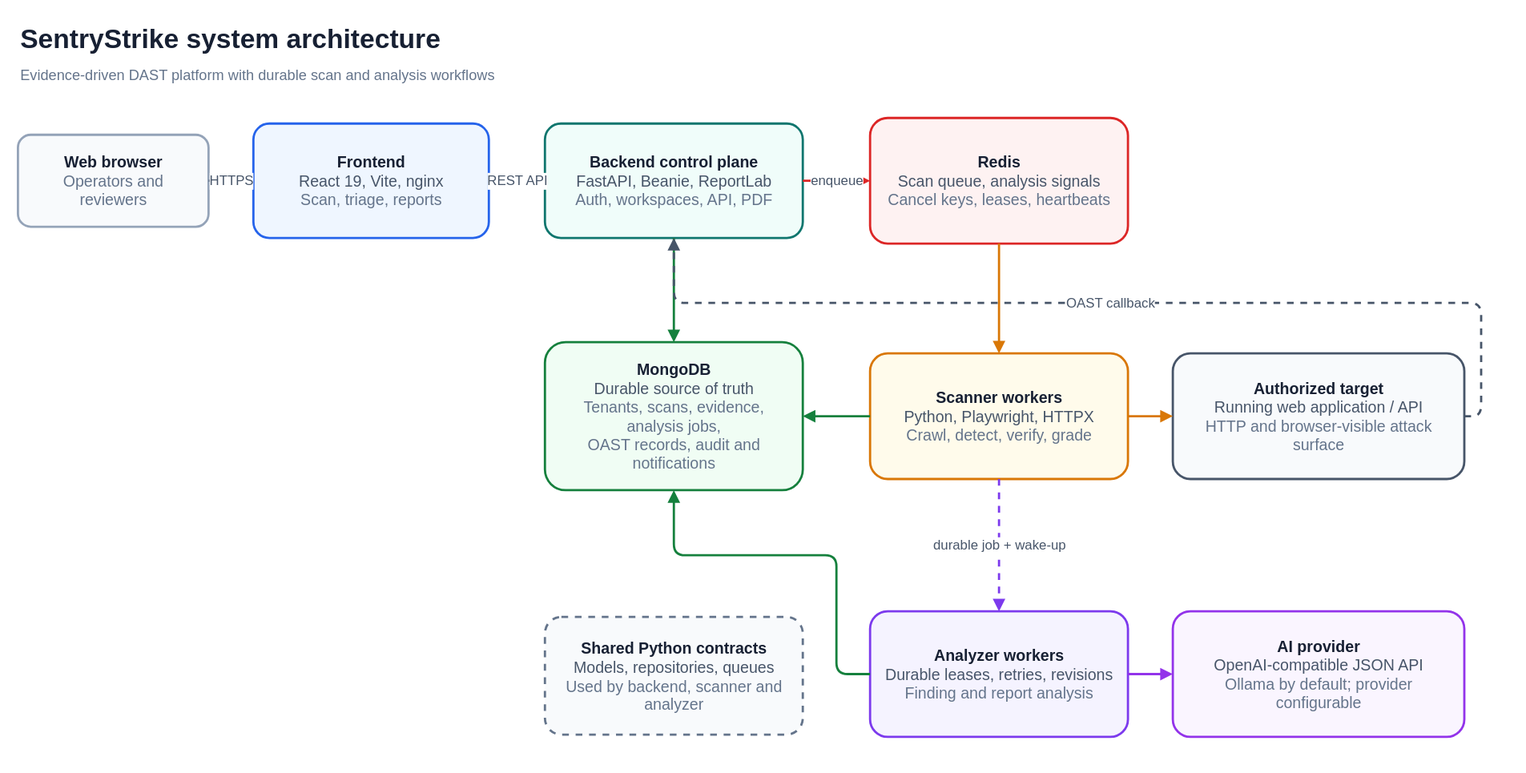
The draw.io diagram sentrystrike-architecture.svg in n3erajan/SentryStrike, before a commit. Source tidied: cells renumbered, new cells last; positions are measured from the earlier drawing's top-left corner, leaving out a move shared by most shapes. The source it was exported from:
```xml
<mxGraphModel>
  <root>
    <mxCell id="0" />
    <mxCell id="1" parent="0" />
    <mxCell id="2" value="SentryStrike system architecture" style="text;html=1;strokeColor=none;fillColor=none;align=left;verticalAlign=middle;fontSize=24;fontStyle=1;fontColor=#172033;" parent="1" vertex="1">
      <mxGeometry width="420" height="40" as="geometry" />
    </mxCell>
    <mxCell id="3" value="Evidence-driven DAST platform with durable scan and analysis workflows" style="text;html=1;strokeColor=none;fillColor=none;align=left;verticalAlign=middle;fontSize=13;fontColor=#64748B;" parent="1" vertex="1">
      <mxGeometry y="38" width="520" height="25" as="geometry" />
    </mxCell>
    <mxCell id="4" value="&lt;b&gt;Web browser&lt;/b&gt;&lt;br&gt;&lt;font color=&quot;#64748B&quot;&gt;Operators and reviewers&lt;/font&gt;" style="rounded=1;whiteSpace=wrap;html=1;arcSize=14;strokeWidth=2;strokeColor=#94A3B8;fillColor=#F8FAFC;fontColor=#172033;fontSize=14;spacing=10;" parent="1" vertex="1">
      <mxGeometry y="105" width="170" height="82" as="geometry" />
    </mxCell>
    <mxCell id="5" value="&lt;b&gt;Frontend&lt;/b&gt;&lt;br&gt;&lt;font color=&quot;#475569&quot;&gt;React 19, Vite, nginx&lt;/font&gt;&lt;br&gt;&lt;font color=&quot;#64748B&quot;&gt;Scan, triage, reports&lt;/font&gt;" style="rounded=1;whiteSpace=wrap;html=1;arcSize=14;strokeWidth=2;strokeColor=#2563EB;fillColor=#EFF6FF;fontColor=#172033;fontSize=14;spacing=10;" parent="1" vertex="1">
      <mxGeometry x="210" y="95" width="210" height="102" as="geometry" />
    </mxCell>
    <mxCell id="6" value="&lt;b&gt;Backend control plane&lt;/b&gt;&lt;br&gt;&lt;font color=&quot;#475569&quot;&gt;FastAPI, Beanie, ReportLab&lt;/font&gt;&lt;br&gt;&lt;font color=&quot;#64748B&quot;&gt;Auth, workspaces, API, PDF&lt;/font&gt;" style="rounded=1;whiteSpace=wrap;html=1;arcSize=14;strokeWidth=2;strokeColor=#0F766E;fillColor=#F0FDFA;fontColor=#172033;fontSize=14;spacing=10;" parent="1" vertex="1">
      <mxGeometry x="470" y="95" width="230" height="102" as="geometry" />
    </mxCell>
    <mxCell id="7" value="&lt;b&gt;Redis&lt;/b&gt;&lt;br&gt;&lt;font color=&quot;#475569&quot;&gt;Scan queue, analysis signals&lt;/font&gt;&lt;br&gt;&lt;font color=&quot;#64748B&quot;&gt;Cancel keys, leases, heartbeats&lt;/font&gt;" style="rounded=1;whiteSpace=wrap;html=1;arcSize=14;strokeWidth=2;strokeColor=#DC2626;fillColor=#FEF2F2;fontColor=#172033;fontSize=14;spacing=10;" parent="1" vertex="1">
      <mxGeometry x="760" y="90" width="230" height="112" as="geometry" />
    </mxCell>
    <mxCell id="8" value="&lt;b&gt;MongoDB&lt;/b&gt;&lt;br&gt;&lt;font color=&quot;#475569&quot;&gt;Durable source of truth&lt;/font&gt;&lt;br&gt;&lt;font color=&quot;#64748B&quot;&gt;Tenants, scans, evidence, analysis jobs,&lt;br&gt;OAST records, audit and notifications&lt;/font&gt;" style="rounded=1;whiteSpace=wrap;html=1;arcSize=14;strokeWidth=2;strokeColor=#15803D;fillColor=#F0FDF4;fontColor=#172033;fontSize=14;spacing=10;" parent="1" vertex="1">
      <mxGeometry x="470" y="290" width="230" height="132" as="geometry" />
    </mxCell>
    <mxCell id="9" value="&lt;b&gt;Scanner workers&lt;/b&gt;&lt;br&gt;&lt;font color=&quot;#475569&quot;&gt;Python, Playwright, HTTPX&lt;/font&gt;&lt;br&gt;&lt;font color=&quot;#64748B&quot;&gt;Crawl, detect, verify, grade&lt;/font&gt;" style="rounded=1;whiteSpace=wrap;html=1;arcSize=14;strokeWidth=2;strokeColor=#D97706;fillColor=#FFFBEB;fontColor=#172033;fontSize=14;spacing=10;" parent="1" vertex="1">
      <mxGeometry x="760" y="300" width="230" height="112" as="geometry" />
    </mxCell>
    <mxCell id="10" value="&lt;b&gt;Authorized target&lt;/b&gt;&lt;br&gt;&lt;font color=&quot;#475569&quot;&gt;Running web application / API&lt;/font&gt;&lt;br&gt;&lt;font color=&quot;#64748B&quot;&gt;HTTP and browser-visible attack surface&lt;/font&gt;" style="rounded=1;whiteSpace=wrap;html=1;arcSize=14;strokeWidth=2;strokeColor=#475569;fillColor=#F8FAFC;fontColor=#172033;fontSize=14;spacing=10;" parent="1" vertex="1">
      <mxGeometry x="1030" y="300" width="260" height="112" as="geometry" />
    </mxCell>
    <mxCell id="11" value="&lt;b&gt;Shared Python contracts&lt;/b&gt;&lt;br&gt;&lt;font color=&quot;#475569&quot;&gt;Models, repositories, queues&lt;/font&gt;&lt;br&gt;&lt;font color=&quot;#64748B&quot;&gt;Used by backend, scanner and analyzer&lt;/font&gt;" style="rounded=1;whiteSpace=wrap;html=1;arcSize=14;strokeWidth=2;strokeColor=#64748B;fillColor=#F8FAFC;fontColor=#172033;fontSize=14;spacing=10;dashed=1;" parent="1" vertex="1">
      <mxGeometry x="470" y="535" width="230" height="105" as="geometry" />
    </mxCell>
    <mxCell id="12" value="&lt;b&gt;Analyzer workers&lt;/b&gt;&lt;br&gt;&lt;font color=&quot;#475569&quot;&gt;Durable leases, retries, revisions&lt;/font&gt;&lt;br&gt;&lt;font color=&quot;#64748B&quot;&gt;Finding and report analysis&lt;/font&gt;" style="rounded=1;whiteSpace=wrap;html=1;arcSize=14;strokeWidth=2;strokeColor=#7C3AED;fillColor=#F5F3FF;fontColor=#172033;fontSize=14;spacing=10;" parent="1" vertex="1">
      <mxGeometry x="760" y="530" width="230" height="112" as="geometry" />
    </mxCell>
    <mxCell id="13" value="&lt;b&gt;AI provider&lt;/b&gt;&lt;br&gt;&lt;font color=&quot;#475569&quot;&gt;OpenAI-compatible JSON API&lt;/font&gt;&lt;br&gt;&lt;font color=&quot;#64748B&quot;&gt;Ollama by default; provider configurable&lt;/font&gt;" style="rounded=1;whiteSpace=wrap;html=1;arcSize=14;strokeWidth=2;strokeColor=#9333EA;fillColor=#FAF5FF;fontColor=#172033;fontSize=14;spacing=10;" parent="1" vertex="1">
      <mxGeometry x="1030" y="530" width="260" height="112" as="geometry" />
    </mxCell>
    <mxCell id="14" value="HTTPS" style="edgeStyle=orthogonalEdgeStyle;rounded=1;jettySize=auto;html=1;strokeWidth=2;strokeColor=#64748B;fontColor=#475569;fontSize=12;endArrow=block;endFill=1;" parent="1" edge="1" source="4" target="5">
      <mxGeometry relative="1" as="geometry" />
    </mxCell>
    <mxCell id="15" value="REST API" style="edgeStyle=orthogonalEdgeStyle;rounded=1;jettySize=auto;html=1;strokeWidth=2;strokeColor=#2563EB;fontColor=#475569;fontSize=12;endArrow=block;endFill=1;" parent="1" edge="1" source="5" target="6">
      <mxGeometry relative="1" as="geometry" />
    </mxCell>
    <mxCell id="16" value="enqueue" style="edgeStyle=orthogonalEdgeStyle;rounded=1;jettySize=auto;html=1;strokeWidth=2;strokeColor=#DC2626;fontColor=#475569;fontSize=12;endArrow=block;endFill=1;" parent="1" edge="1" source="6" target="7">
      <mxGeometry relative="1" as="geometry" />
    </mxCell>
    <mxCell id="17" style="edgeStyle=orthogonalEdgeStyle;rounded=1;jettySize=auto;html=1;strokeWidth=2;strokeColor=#15803D;fontColor=#475569;fontSize=12;endArrow=block;endFill=1;" parent="1" edge="1" source="6" target="8">
      <mxGeometry relative="1" as="geometry" />
    </mxCell>
    <mxCell id="18" style="edgeStyle=orthogonalEdgeStyle;rounded=1;jettySize=auto;html=1;strokeWidth=2;strokeColor=#D97706;fontColor=#475569;fontSize=12;endArrow=block;endFill=1;" parent="1" edge="1" source="7" target="9">
      <mxGeometry relative="1" as="geometry" />
    </mxCell>
    <mxCell id="19" style="edgeStyle=orthogonalEdgeStyle;rounded=1;jettySize=auto;html=1;strokeWidth=2;strokeColor=#15803D;fontColor=#475569;fontSize=12;endArrow=block;endFill=1;" parent="1" edge="1" source="9" target="8">
      <mxGeometry relative="1" as="geometry" />
    </mxCell>
    <mxCell id="20" style="edgeStyle=orthogonalEdgeStyle;rounded=1;jettySize=auto;html=1;strokeWidth=2;strokeColor=#D97706;fontColor=#475569;fontSize=12;endArrow=block;endFill=1;" parent="1" edge="1" source="9" target="10">
      <mxGeometry x="0.25" y="-1" relative="1" as="geometry">
        <mxPoint y="-10" as="offset" />
      </mxGeometry>
    </mxCell>
    <mxCell id="21" value="OAST callback" style="edgeStyle=orthogonalEdgeStyle;rounded=1;jettySize=auto;html=1;strokeWidth=2;strokeColor=#475569;fontColor=#475569;fontSize=12;endArrow=block;endFill=1;dashed=1;" parent="1" edge="1" source="10" target="6">
      <mxGeometry relative="1" as="geometry">
        <Array as="points">
          <mxPoint x="1305" y="255" />
          <mxPoint x="585" y="255" />
        </Array>
      </mxGeometry>
    </mxCell>
    <mxCell id="22" value="durable job + wake-up" style="edgeStyle=orthogonalEdgeStyle;rounded=1;jettySize=auto;html=1;strokeWidth=2;strokeColor=#7C3AED;fontColor=#475569;fontSize=12;endArrow=block;endFill=1;dashed=1;" parent="1" edge="1" source="9" target="12">
      <mxGeometry relative="1" as="geometry" />
    </mxCell>
    <mxCell id="23" style="edgeStyle=orthogonalEdgeStyle;rounded=1;jettySize=auto;html=1;strokeWidth=2;strokeColor=#15803D;fontColor=#475569;fontSize=12;endArrow=block;endFill=1;" parent="1" edge="1" source="12" target="8">
      <mxGeometry relative="1" as="geometry">
        <Array as="points">
          <mxPoint x="730" y="586" />
          <mxPoint x="730" y="480" />
          <mxPoint x="585" y="480" />
        </Array>
      </mxGeometry>
    </mxCell>
    <mxCell id="24" style="edgeStyle=orthogonalEdgeStyle;rounded=1;jettySize=auto;html=1;strokeWidth=2;strokeColor=#9333EA;fontColor=#475569;fontSize=12;endArrow=block;endFill=1;" parent="1" edge="1" source="12" target="13">
      <mxGeometry relative="1" as="geometry" />
    </mxCell>
  </root>
</mxGraphModel>
```
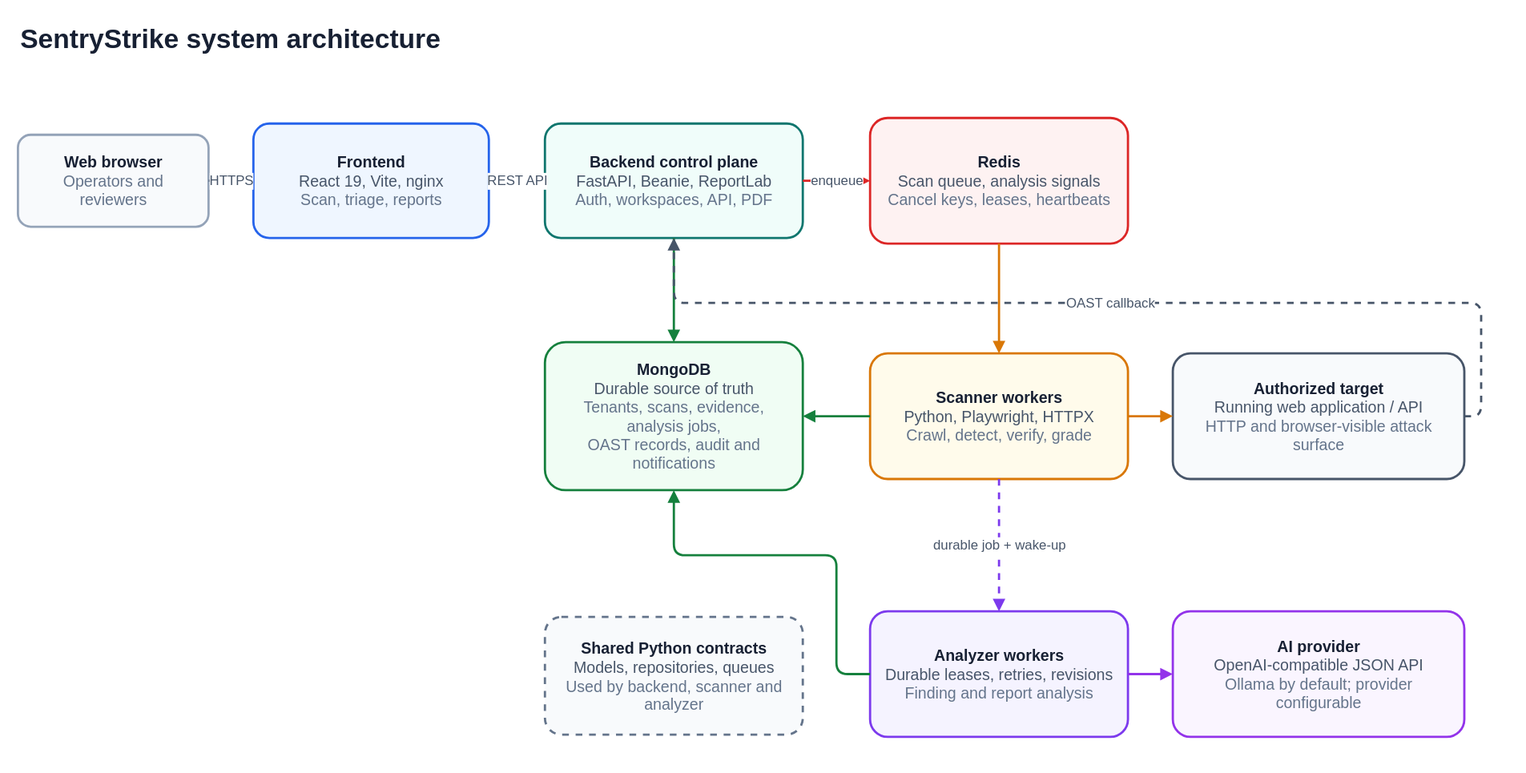
Later version of the same file.

What changed in the source:
```diff
@@ -5,9 +5,6 @@
     <mxCell id="2" value="SentryStrike system architecture" style="text;html=1;strokeColor=none;fillColor=none;align=left;verticalAlign=middle;fontSize=24;fontStyle=1;fontColor=#172033;" parent="1" vertex="1">
       <mxGeometry width="420" height="40" as="geometry" />
     </mxCell>
-    <mxCell id="3" value="Evidence-driven DAST platform with durable scan and analysis workflows" style="text;html=1;strokeColor=none;fillColor=none;align=left;verticalAlign=middle;fontSize=13;fontColor=#64748B;" parent="1" vertex="1">
-      <mxGeometry y="38" width="520" height="25" as="geometry" />
-    </mxCell>
     <mxCell id="4" value="&lt;b&gt;Web browser&lt;/b&gt;&lt;br&gt;&lt;font color=&quot;#64748B&quot;&gt;Operators and reviewers&lt;/font&gt;" style="rounded=1;whiteSpace=wrap;html=1;arcSize=14;strokeWidth=2;strokeColor=#94A3B8;fillColor=#F8FAFC;fontColor=#172033;fontSize=14;spacing=10;" parent="1" vertex="1">
       <mxGeometry y="105" width="170" height="82" as="geometry" />
     </mxCell>
```
